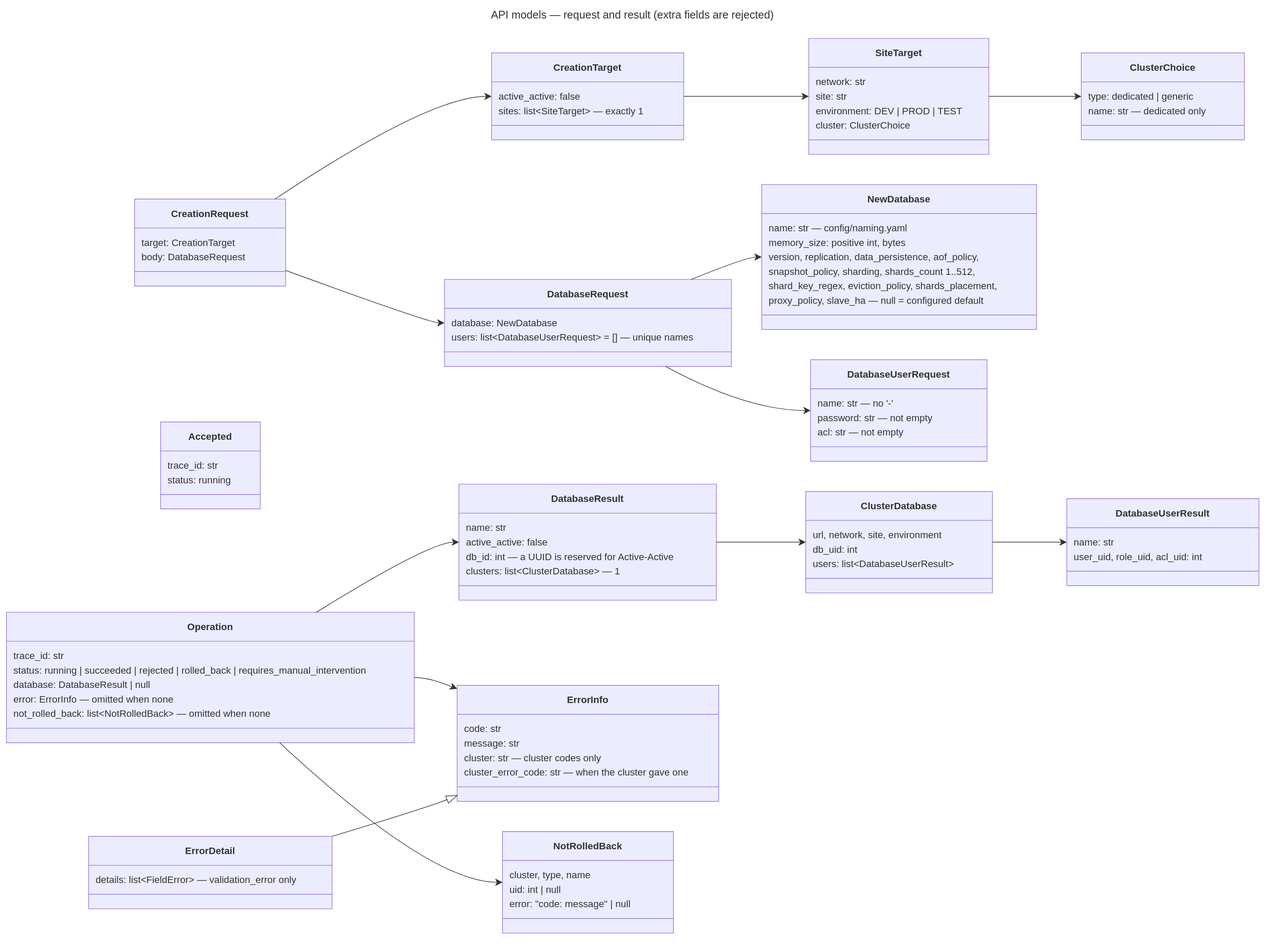
Earlier version of the draw.io export docs/diagrams/19-api-models-create.drawio.svg (EliShteinman/redis-enterprise-services). Source tidied: cells renumbered, new cells last; positions are measured from the earlier drawing's top-left corner, leaving out a move shared by most shapes.
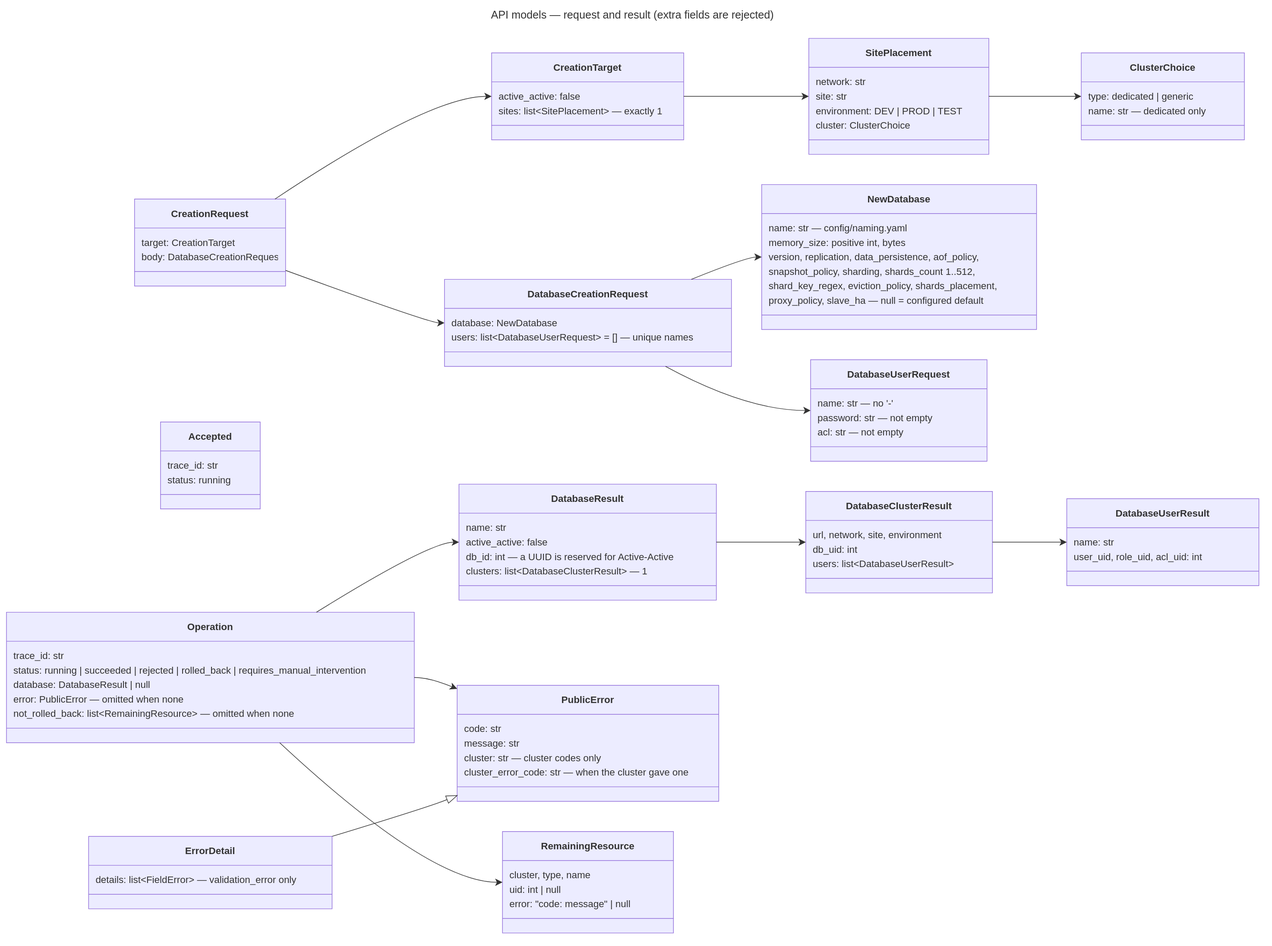
Above is the later version.

Change to the diagram source:
```diff
@@ -8,7 +8,7 @@
     <mxCell id="3" value="target: CreationTarget" style="text;fontSize=16;strokeColor=none;fillColor=none;align=left;verticalAlign=middle;spacingLeft=10;spacingRight=12;spacingBottom=2;overflow=hidden;fontFamily=Trebuchet MS,Verdana,Arial,sans-serif;fontColor=light-dark(#333333,#cccccc);" parent="2" vertex="1">
       <mxGeometry y="60" width="250" height="24" as="geometry" />
     </mxCell>
-    <mxCell id="4" value="body: DatabaseRequest" style="text;fontSize=16;strokeColor=none;fillColor=none;align=left;verticalAlign=middle;spacingLeft=10;spacingRight=12;spacingBottom=2;overflow=hidden;fontFamily=Trebuchet MS,Verdana,Arial,sans-serif;fontColor=light-dark(#333333,#cccccc);" parent="2" vertex="1">
+    <mxCell id="4" value="body: DatabaseCreationRequest" style="text;fontSize=16;strokeColor=none;fillColor=none;align=left;verticalAlign=middle;spacingLeft=10;spacingRight=12;spacingBottom=2;overflow=hidden;fontFamily=Trebuchet MS,Verdana,Arial,sans-serif;fontColor=light-dark(#333333,#cccccc);" parent="2" vertex="1">
       <mxGeometry y="84" width="250" height="24" as="geometry" />
     </mxCell>
     <mxCell id="5" style="line;strokeWidth=1;fillColor=none;spacingLeft=3;spacingRight=3;strokeColor=inherit;" parent="2" vertex="1">
@@ -20,13 +20,13 @@
     <mxCell id="7" value="active_active: false" style="text;fontSize=16;strokeColor=none;fillColor=none;align=left;verticalAlign=middle;spacingLeft=10;spacingRight=12;spacingBottom=2;overflow=hidden;fontFamily=Trebuchet MS,Verdana,Arial,sans-serif;fontColor=light-dark(#333333,#cccccc);" parent="6" vertex="1">
       <mxGeometry y="60" width="318" height="24" as="geometry" />
     </mxCell>
-    <mxCell id="8" value="sites: list&lt;SiteTarget&gt; — exactly 1" style="text;fontSize=16;strokeColor=none;fillColor=none;align=left;verticalAlign=middle;spacingLeft=10;spacingRight=12;spacingBottom=2;overflow=hidden;fontFamily=Trebuchet MS,Verdana,Arial,sans-serif;fontColor=light-dark(#333333,#cccccc);" parent="6" vertex="1">
+    <mxCell id="8" value="sites: list&lt;SitePlacement&gt; — exactly 1" style="text;fontSize=16;strokeColor=none;fillColor=none;align=left;verticalAlign=middle;spacingLeft=10;spacingRight=12;spacingBottom=2;overflow=hidden;fontFamily=Trebuchet MS,Verdana,Arial,sans-serif;fontColor=light-dark(#333333,#cccccc);" parent="6" vertex="1">
       <mxGeometry y="84" width="318" height="24" as="geometry" />
     </mxCell>
     <mxCell id="9" style="line;strokeWidth=1;fillColor=none;spacingLeft=3;spacingRight=3;strokeColor=inherit;" parent="6" vertex="1">
       <mxGeometry y="108" width="318" height="24" as="geometry" />
     </mxCell>
-    <mxCell id="10" value="&lt;b&gt;SiteTarget&lt;/b&gt;" style="swimlane;html=1;fontStyle=1;fontSize=16;align=center;verticalAlign=middle;horizontal=1;startSize=48;swimlaneFillColor=light-dark(#ECECFF,#1f2020);whiteSpace=wrap;fillColor=light-dark(#ECECFF,#1f2020);strokeColor=light-dark(#9370DB,#cccccc);fontColor=light-dark(#333333,#cccccc);fontFamily=Trebuchet MS,Verdana,Arial,sans-serif;" parent="1" vertex="1">
+    <mxCell id="10" value="&lt;b&gt;SitePlacement&lt;/b&gt;" style="swimlane;html=1;fontStyle=1;fontSize=16;align=center;verticalAlign=middle;horizontal=1;startSize=48;swimlaneFillColor=light-dark(#ECECFF,#1f2020);whiteSpace=wrap;fillColor=light-dark(#ECECFF,#1f2020);strokeColor=light-dark(#9370DB,#cccccc);fontColor=light-dark(#333333,#cccccc);fontFamily=Trebuchet MS,Verdana,Arial,sans-serif;" parent="1" vertex="1">
       <mxGeometry x="1328" y="53" width="298" height="192" as="geometry" />
     </mxCell>
     <mxCell id="11" value="network: str" style="text;fontSize=16;strokeColor=none;fillColor=none;align=left;verticalAlign=middle;spacingLeft=10;spacingRight=12;spacingBottom=2;overflow=hidden;fontFamily=Trebuchet MS,Verdana,Arial,sans-serif;fontColor=light-dark(#333333,#cccccc);" parent="10" vertex="1">
@@ -56,7 +56,7 @@
     <mxCell id="19" style="line;strokeWidth=1;fillColor=none;spacingLeft=3;spacingRight=3;strokeColor=inherit;" parent="16" vertex="1">
       <mxGeometry y="108" width="270" height="24" as="geometry" />
     </mxCell>
-    <mxCell id="20" value="&lt;b&gt;DatabaseRequest&lt;/b&gt;" style="swimlane;html=1;fontStyle=1;fontSize=16;align=center;verticalAlign=middle;horizontal=1;startSize=48;swimlaneFillColor=light-dark(#ECECFF,#1f2020);whiteSpace=wrap;fillColor=light-dark(#ECECFF,#1f2020);strokeColor=light-dark(#9370DB,#cccccc);fontColor=light-dark(#333333,#cccccc);fontFamily=Trebuchet MS,Verdana,Arial,sans-serif;" parent="1" vertex="1">
+    <mxCell id="20" value="&lt;b&gt;DatabaseCreationRequest&lt;/b&gt;" style="swimlane;html=1;fontStyle=1;fontSize=16;align=center;verticalAlign=middle;horizontal=1;startSize=48;swimlaneFillColor=light-dark(#ECECFF,#1f2020);whiteSpace=wrap;fillColor=light-dark(#ECECFF,#1f2020);strokeColor=light-dark(#9370DB,#cccccc);fontColor=light-dark(#333333,#cccccc);fontFamily=Trebuchet MS,Verdana,Arial,sans-serif;" parent="1" vertex="1">
       <mxGeometry x="725" y="452" width="475" height="144" as="geometry" />
     </mxCell>
     <mxCell id="21" value="database: NewDatabase" style="text;fontSize=16;strokeColor=none;fillColor=none;align=left;verticalAlign=middle;spacingLeft=10;spacingRight=12;spacingBottom=2;overflow=hidden;fontFamily=Trebuchet MS,Verdana,Arial,sans-serif;fontColor=light-dark(#333333,#cccccc);" parent="20" vertex="1">
@@ -131,10 +131,10 @@
     <mxCell id="44" value="database: DatabaseResult | null" style="text;fontSize=16;strokeColor=none;fillColor=none;align=left;verticalAlign=middle;spacingLeft=10;spacingRight=12;spacingBottom=2;overflow=hidden;fontFamily=Trebuchet MS,Verdana,Arial,sans-serif;fontColor=light-dark(#333333,#cccccc);" parent="41" vertex="1">
       <mxGeometry y="108" width="675" height="24" as="geometry" />
     </mxCell>
-    <mxCell id="45" value="error: ErrorInfo — omitted when none" style="text;fontSize=16;strokeColor=none;fillColor=none;align=left;verticalAlign=middle;spacingLeft=10;spacingRight=12;spacingBottom=2;overflow=hidden;fontFamily=Trebuchet MS,Verdana,Arial,sans-serif;fontColor=light-dark(#333333,#cccccc);" parent="41" vertex="1">
+    <mxCell id="45" value="error: PublicError — omitted when none" style="text;fontSize=16;strokeColor=none;fillColor=none;align=left;verticalAlign=middle;spacingLeft=10;spacingRight=12;spacingBottom=2;overflow=hidden;fontFamily=Trebuchet MS,Verdana,Arial,sans-serif;fontColor=light-dark(#333333,#cccccc);" parent="41" vertex="1">
       <mxGeometry y="132" width="675" height="24" as="geometry" />
     </mxCell>
-    <mxCell id="46" value="not_rolled_back: list&lt;NotRolledBack&gt; — omitted when none" style="text;fontSize=16;strokeColor=none;fillColor=none;align=left;verticalAlign=middle;spacingLeft=10;spacingRight=12;spacingBottom=2;overflow=hidden;fontFamily=Trebuchet MS,Verdana,Arial,sans-serif;fontColor=light-dark(#333333,#cccccc);" parent="41" vertex="1">
+    <mxCell id="46" value="not_rolled_back: list&lt;RemainingResource&gt; — omitted when none" style="text;fontSize=16;strokeColor=none;fillColor=none;align=left;verticalAlign=middle;spacingLeft=10;spacingRight=12;spacingBottom=2;overflow=hidden;fontFamily=Trebuchet MS,Verdana,Arial,sans-serif;fontColor=light-dark(#333333,#cccccc);" parent="41" vertex="1">
       <mxGeometry y="156" width="675" height="24" as="geometry" />
     </mxCell>
     <mxCell id="47" style="line;strokeWidth=1;fillColor=none;spacingLeft=3;spacingRight=3;strokeColor=inherit;" parent="41" vertex="1">
@@ -152,13 +152,13 @@
     <mxCell id="51" value="db_id: int — a UUID is reserved for Active-Active" style="text;fontSize=16;strokeColor=none;fillColor=none;align=left;verticalAlign=middle;spacingLeft=10;spacingRight=12;spacingBottom=2;overflow=hidden;fontFamily=Trebuchet MS,Verdana,Arial,sans-serif;fontColor=light-dark(#333333,#cccccc);" parent="48" vertex="1">
       <mxGeometry y="108" width="426" height="24" as="geometry" />
     </mxCell>
-    <mxCell id="52" value="clusters: list&lt;ClusterDatabase&gt; — 1" style="text;fontSize=16;strokeColor=none;fillColor=none;align=left;verticalAlign=middle;spacingLeft=10;spacingRight=12;spacingBottom=2;overflow=hidden;fontFamily=Trebuchet MS,Verdana,Arial,sans-serif;fontColor=light-dark(#333333,#cccccc);" parent="48" vertex="1">
+    <mxCell id="52" value="clusters: list&lt;DatabaseClusterResult&gt; — 1" style="text;fontSize=16;strokeColor=none;fillColor=none;align=left;verticalAlign=middle;spacingLeft=10;spacingRight=12;spacingBottom=2;overflow=hidden;fontFamily=Trebuchet MS,Verdana,Arial,sans-serif;fontColor=light-dark(#333333,#cccccc);" parent="48" vertex="1">
       <mxGeometry y="132" width="426" height="24" as="geometry" />
     </mxCell>
     <mxCell id="53" style="line;strokeWidth=1;fillColor=none;spacingLeft=3;spacingRight=3;strokeColor=inherit;" parent="48" vertex="1">
       <mxGeometry y="156" width="426" height="24" as="geometry" />
     </mxCell>
-    <mxCell id="54" value="&lt;b&gt;ClusterDatabase&lt;/b&gt;" style="swimlane;html=1;fontStyle=1;fontSize=16;align=center;verticalAlign=middle;horizontal=1;startSize=48;swimlaneFillColor=light-dark(#ECECFF,#1f2020);whiteSpace=wrap;fillColor=light-dark(#ECECFF,#1f2020);strokeColor=light-dark(#9370DB,#cccccc);fontColor=light-dark(#333333,#cccccc);fontFamily=Trebuchet MS,Verdana,Arial,sans-serif;" parent="1" vertex="1">
+    <mxCell id="54" value="&lt;b&gt;DatabaseClusterResult&lt;/b&gt;" style="swimlane;html=1;fontStyle=1;fontSize=16;align=center;verticalAlign=middle;horizontal=1;startSize=48;swimlaneFillColor=light-dark(#ECECFF,#1f2020);whiteSpace=wrap;fillColor=light-dark(#ECECFF,#1f2020);strokeColor=light-dark(#9370DB,#cccccc);fontColor=light-dark(#333333,#cccccc);fontFamily=Trebuchet MS,Verdana,Arial,sans-serif;" parent="1" vertex="1">
       <mxGeometry x="1323" y="803" width="309" height="168" as="geometry" />
     </mxCell>
     <mxCell id="55" value="url, network, site, environment" style="text;fontSize=16;strokeColor=none;fillColor=none;align=left;verticalAlign=middle;spacingLeft=10;spacingRight=12;spacingBottom=2;overflow=hidden;fontFamily=Trebuchet MS,Verdana,Arial,sans-serif;fontColor=light-dark(#333333,#cccccc);" parent="54" vertex="1">
@@ -185,7 +185,7 @@
     <mxCell id="62" style="line;strokeWidth=1;fillColor=none;spacingLeft=3;spacingRight=3;strokeColor=inherit;" parent="59" vertex="1">
       <mxGeometry y="108" width="318" height="24" as="geometry" />
     </mxCell>
-    <mxCell id="63" value="&lt;b&gt;ErrorInfo&lt;/b&gt;" style="swimlane;html=1;fontStyle=1;fontSize=16;align=center;verticalAlign=middle;horizontal=1;startSize=48;swimlaneFillColor=light-dark(#ECECFF,#1f2020);whiteSpace=wrap;fillColor=light-dark(#ECECFF,#1f2020);strokeColor=light-dark(#9370DB,#cccccc);fontColor=light-dark(#333333,#cccccc);fontFamily=Trebuchet MS,Verdana,Arial,sans-serif;" parent="1" vertex="1">
+    <mxCell id="63" value="&lt;b&gt;PublicError&lt;/b&gt;" style="swimlane;html=1;fontStyle=1;fontSize=16;align=center;verticalAlign=middle;horizontal=1;startSize=48;swimlaneFillColor=light-dark(#ECECFF,#1f2020);whiteSpace=wrap;fillColor=light-dark(#ECECFF,#1f2020);strokeColor=light-dark(#9370DB,#cccccc);fontColor=light-dark(#333333,#cccccc);fontFamily=Trebuchet MS,Verdana,Arial,sans-serif;" parent="1" vertex="1">
       <mxGeometry x="746" y="1124" width="433" height="192" as="geometry" />
     </mxCell>
     <mxCell id="64" value="code: str" style="text;fontSize=16;strokeColor=none;fillColor=none;align=left;verticalAlign=middle;spacingLeft=10;spacingRight=12;spacingBottom=2;overflow=hidden;fontFamily=Trebuchet MS,Verdana,Arial,sans-serif;fontColor=light-dark(#333333,#cccccc);" parent="63" vertex="1">
@@ -212,7 +212,7 @@
     <mxCell id="71" style="line;strokeWidth=1;fillColor=none;spacingLeft=3;spacingRight=3;strokeColor=inherit;" parent="69" vertex="1">
       <mxGeometry y="84" width="403" height="24" as="geometry" />
     </mxCell>
-    <mxCell id="72" value="&lt;b&gt;NotRolledBack&lt;/b&gt;" style="swimlane;html=1;fontStyle=1;fontSize=16;align=center;verticalAlign=middle;horizontal=1;startSize=48;swimlaneFillColor=light-dark(#ECECFF,#1f2020);whiteSpace=wrap;fillColor=light-dark(#ECECFF,#1f2020);strokeColor=light-dark(#9370DB,#cccccc);fontColor=light-dark(#333333,#cccccc);fontFamily=Trebuchet MS,Verdana,Arial,sans-serif;" parent="1" vertex="1">
+    <mxCell id="72" value="&lt;b&gt;RemainingResource&lt;/b&gt;" style="swimlane;html=1;fontStyle=1;fontSize=16;align=center;verticalAlign=middle;horizontal=1;startSize=48;swimlaneFillColor=light-dark(#ECECFF,#1f2020);whiteSpace=wrap;fillColor=light-dark(#ECECFF,#1f2020);strokeColor=light-dark(#9370DB,#cccccc);fontColor=light-dark(#333333,#cccccc);fontFamily=Trebuchet MS,Verdana,Arial,sans-serif;" parent="1" vertex="1">
       <mxGeometry x="821" y="1366" width="283" height="168" as="geometry" />
     </mxCell>
     <mxCell id="73" value="cluster, type, name" style="text;fontSize=16;strokeColor=none;fillColor=none;align=left;verticalAlign=middle;spacingLeft=10;spacingRight=12;spacingBottom=2;overflow=hidden;fontFamily=Trebuchet MS,Verdana,Arial,sans-serif;fontColor=light-dark(#333333,#cccccc);" parent="72" vertex="1">
```
